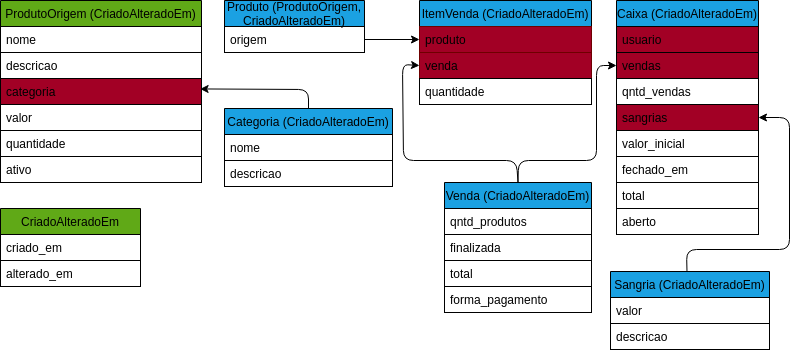
This is relacionamento.png from Juzeka/Mercearia, a draw.io export, as it was before one commit. Source tidied: cells renumbered, new cells last; positions are measured from the earlier drawing's top-left corner, leaving out a move shared by most shapes.
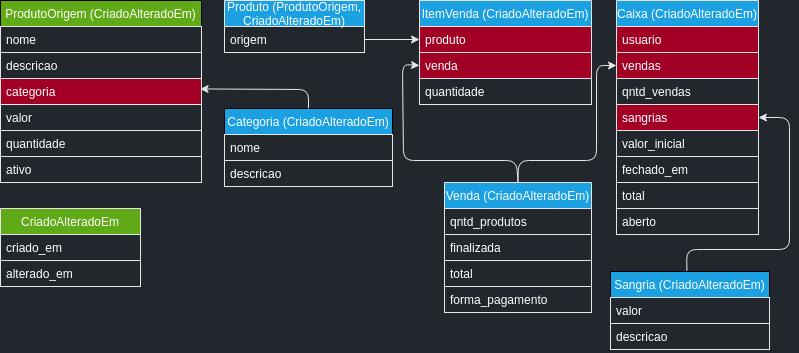
The same file after the commit.

Commit message:
alterando cor

Diff of the diagram source:
```diff
@@ -1,38 +1,38 @@
-<mxGraphModel background="#FFFFFF">
+<mxGraphModel background="#22272e">
   <root>
     <mxCell id="0" />
     <mxCell id="1" parent="0" />
-    <mxCell id="2" style="edgeStyle=none;html=1;exitX=1;exitY=0.75;exitDx=0;exitDy=0;entryX=0;entryY=0.5;entryDx=0;entryDy=0;fontColor=#000000;strokeColor=#000000;" parent="1" edge="1" source="3" target="40">
+    <mxCell id="2" style="edgeStyle=none;html=1;exitX=1;exitY=0.75;exitDx=0;exitDy=0;entryX=0;entryY=0.5;entryDx=0;entryDy=0;fontColor=#FFFFFF;strokeColor=#E6E6E6;" parent="1" edge="1" source="3" target="40">
       <mxGeometry relative="1" as="geometry" />
     </mxCell>
-    <mxCell id="3" value="Produto (ProdutoOrigem, &#10;CriadoAlteradoEm)" style="swimlane;fontStyle=0;horizontal=1;startSize=26;fillColor=#1ba1e2;fontColor=#000000;strokeColor=#000000;" parent="1" vertex="1">
+    <mxCell id="3" value="Produto (ProdutoOrigem, &#10;CriadoAlteradoEm)" style="swimlane;fontStyle=0;horizontal=1;startSize=26;fillColor=#1ba1e2;fontColor=#FFFFFF;strokeColor=#E6E6E6;" parent="1" vertex="1">
       <mxGeometry x="224" width="140" height="52" as="geometry" />
     </mxCell>
-    <mxCell id="4" value="origem" style="text;strokeColor=#000000;fillColor=none;align=left;verticalAlign=top;spacingLeft=4;spacingRight=4;overflow=hidden;fontColor=#000000;" parent="3" vertex="1">
+    <mxCell id="4" value="origem" style="text;strokeColor=#E6E6E6;fillColor=none;align=left;verticalAlign=top;spacingLeft=4;spacingRight=4;overflow=hidden;fontColor=#FFFFFF;" parent="3" vertex="1">
       <mxGeometry y="26" width="140" height="26" as="geometry" />
     </mxCell>
-    <mxCell id="5" value="ProdutoOrigem (CriadoAlteradoEm)" style="swimlane;fontStyle=0;horizontal=1;startSize=26;fillColor=#60a917;fontColor=#000000;strokeColor=#000000;" parent="1" vertex="1">
+    <mxCell id="5" value="ProdutoOrigem (CriadoAlteradoEm)" style="swimlane;fontStyle=0;horizontal=1;startSize=26;fillColor=#60a917;fontColor=#FFFFFF;strokeColor=#000000;" parent="1" vertex="1">
       <mxGeometry width="201" height="182" as="geometry" />
     </mxCell>
-    <mxCell id="6" value="nome" style="text;strokeColor=#000000;fillColor=none;align=left;verticalAlign=top;spacingLeft=4;spacingRight=4;overflow=hidden;fontColor=#000000;" parent="5" vertex="1">
+    <mxCell id="6" value="nome" style="text;strokeColor=#E6E6E6;fillColor=none;align=left;verticalAlign=top;spacingLeft=4;spacingRight=4;overflow=hidden;fontColor=#FFFFFF;" parent="5" vertex="1">
       <mxGeometry y="26" width="201" height="26" as="geometry" />
     </mxCell>
-    <mxCell id="7" value="descricao" style="text;strokeColor=#000000;fillColor=none;align=left;verticalAlign=top;spacingLeft=4;spacingRight=4;overflow=hidden;fontColor=#000000;" parent="5" vertex="1">
+    <mxCell id="7" value="descricao" style="text;strokeColor=#E6E6E6;fillColor=none;align=left;verticalAlign=top;spacingLeft=4;spacingRight=4;overflow=hidden;fontColor=#FFFFFF;" parent="5" vertex="1">
       <mxGeometry y="52" width="201" height="26" as="geometry" />
     </mxCell>
-    <mxCell id="8" value="categoria" style="text;strokeColor=#000000;fillColor=#a20025;align=left;verticalAlign=top;spacingLeft=4;spacingRight=4;overflow=hidden;points=[[0,0.5],[1,0.5]];portConstraint=eastwest;fontColor=#000000;" parent="5" vertex="1">
+    <mxCell id="8" value="categoria" style="text;strokeColor=#E6E6E6;fillColor=#a20025;align=left;verticalAlign=top;spacingLeft=4;spacingRight=4;overflow=hidden;points=[[0,0.5],[1,0.5]];portConstraint=eastwest;fontColor=#FFFFFF;" parent="5" vertex="1">
       <mxGeometry y="78" width="201" height="26" as="geometry" />
     </mxCell>
-    <mxCell id="9" value="valor" style="text;strokeColor=#000000;fillColor=none;align=left;verticalAlign=top;spacingLeft=4;spacingRight=4;overflow=hidden;fontColor=#000000;" parent="5" vertex="1">
+    <mxCell id="9" value="valor" style="text;strokeColor=#E6E6E6;fillColor=none;align=left;verticalAlign=top;spacingLeft=4;spacingRight=4;overflow=hidden;fontColor=#FFFFFF;" parent="5" vertex="1">
       <mxGeometry y="104" width="201" height="26" as="geometry" />
     </mxCell>
-    <mxCell id="10" value="quantidade" style="text;strokeColor=#000000;fillColor=none;align=left;verticalAlign=top;spacingLeft=4;spacingRight=4;overflow=hidden;fontColor=#000000;" parent="5" vertex="1">
+    <mxCell id="10" value="quantidade" style="text;strokeColor=#E6E6E6;fillColor=none;align=left;verticalAlign=top;spacingLeft=4;spacingRight=4;overflow=hidden;fontColor=#FFFFFF;" parent="5" vertex="1">
       <mxGeometry y="130" width="201" height="26" as="geometry" />
     </mxCell>
-    <mxCell id="11" value="ativo" style="text;strokeColor=#000000;fillColor=none;align=left;verticalAlign=top;spacingLeft=4;spacingRight=4;overflow=hidden;fontColor=#000000;" parent="5" vertex="1">
+    <mxCell id="11" value="ativo" style="text;strokeColor=#E6E6E6;fillColor=none;align=left;verticalAlign=top;spacingLeft=4;spacingRight=4;overflow=hidden;fontColor=#FFFFFF;" parent="5" vertex="1">
       <mxGeometry y="156" width="201" height="26" as="geometry" />
     </mxCell>
-    <mxCell id="12" style="edgeStyle=none;html=1;exitX=0.5;exitY=0;exitDx=0;exitDy=0;entryX=0;entryY=0.5;entryDx=0;entryDy=0;fontColor=#000000;strokeColor=#000000;" parent="1" edge="1" source="14" target="21">
+    <mxCell id="12" style="edgeStyle=none;html=1;exitX=0.5;exitY=0;exitDx=0;exitDy=0;entryX=0;entryY=0.5;entryDx=0;entryDy=0;fontColor=#FFFFFF;strokeColor=#E6E6E6;" parent="1" edge="1" source="14" target="21">
       <mxGeometry relative="1" as="geometry">
         <Array as="points">
           <mxPoint x="518" y="160" />
@@ -41,7 +41,7 @@
         </Array>
       </mxGeometry>
     </mxCell>
-    <mxCell id="13" style="edgeStyle=none;html=1;exitX=0.5;exitY=0;exitDx=0;exitDy=0;entryX=0;entryY=0.5;entryDx=0;entryDy=0;strokeColor=#000000;" parent="1" edge="1" source="14" target="41">
+    <mxCell id="13" style="edgeStyle=none;html=1;exitX=0.5;exitY=0;exitDx=0;exitDy=0;entryX=0;entryY=0.5;entryDx=0;entryDy=0;strokeColor=#E6E6E6;fontColor=#FFFFFF;" parent="1" edge="1" source="14" target="41">
       <mxGeometry relative="1" as="geometry">
         <Array as="points">
           <mxPoint x="516" y="160" />
@@ -50,76 +50,76 @@
         </Array>
       </mxGeometry>
     </mxCell>
-    <mxCell id="14" value="Venda (CriadoAlteradoEm)" style="swimlane;fontStyle=0;horizontal=1;startSize=26;fillColor=#1ba1e2;fontColor=#000000;strokeColor=#000000;" parent="1" vertex="1">
+    <mxCell id="14" value="Venda (CriadoAlteradoEm)" style="swimlane;fontStyle=0;horizontal=1;startSize=26;fillColor=#1ba1e2;fontColor=#FFFFFF;strokeColor=#E6E6E6;" parent="1" vertex="1">
       <mxGeometry x="444" y="182" width="147" height="130" as="geometry" />
     </mxCell>
-    <mxCell id="15" value="qntd_produtos" style="text;strokeColor=#000000;fillColor=none;align=left;verticalAlign=top;spacingLeft=4;spacingRight=4;overflow=hidden;fontColor=#000000;" parent="14" vertex="1">
+    <mxCell id="15" value="qntd_produtos" style="text;strokeColor=#E6E6E6;fillColor=none;align=left;verticalAlign=top;spacingLeft=4;spacingRight=4;overflow=hidden;fontColor=#FFFFFF;" parent="14" vertex="1">
       <mxGeometry y="26" width="147" height="26" as="geometry" />
     </mxCell>
-    <mxCell id="16" value="finalizada" style="text;strokeColor=#000000;fillColor=none;align=left;verticalAlign=top;spacingLeft=4;spacingRight=4;overflow=hidden;fontColor=#000000;" parent="14" vertex="1">
+    <mxCell id="16" value="finalizada" style="text;strokeColor=#E6E6E6;fillColor=none;align=left;verticalAlign=top;spacingLeft=4;spacingRight=4;overflow=hidden;fontColor=#FFFFFF;" parent="14" vertex="1">
       <mxGeometry y="52" width="147" height="26" as="geometry" />
     </mxCell>
-    <mxCell id="17" value="total" style="text;strokeColor=#000000;fillColor=none;align=left;verticalAlign=top;spacingLeft=4;spacingRight=4;overflow=hidden;fontColor=#000000;" parent="14" vertex="1">
+    <mxCell id="17" value="total" style="text;strokeColor=#E6E6E6;fillColor=none;align=left;verticalAlign=top;spacingLeft=4;spacingRight=4;overflow=hidden;fontColor=#FFFFFF;" parent="14" vertex="1">
       <mxGeometry y="78" width="147" height="26" as="geometry" />
     </mxCell>
-    <mxCell id="18" value="forma_pagamento" style="text;strokeColor=#000000;fillColor=none;align=left;verticalAlign=top;spacingLeft=4;spacingRight=4;overflow=hidden;fontColor=#000000;" parent="14" vertex="1">
+    <mxCell id="18" value="forma_pagamento" style="text;strokeColor=#E6E6E6;fillColor=none;align=left;verticalAlign=top;spacingLeft=4;spacingRight=4;overflow=hidden;fontColor=#FFFFFF;" parent="14" vertex="1">
       <mxGeometry y="104" width="147" height="26" as="geometry" />
     </mxCell>
-    <mxCell id="19" value="Caixa (CriadoAlteradoEm)" style="swimlane;fontStyle=0;horizontal=1;startSize=26;fillColor=#1ba1e2;fontColor=#000000;strokeColor=#000000;" parent="1" vertex="1">
+    <mxCell id="19" value="Caixa (CriadoAlteradoEm)" style="swimlane;fontStyle=0;horizontal=1;startSize=26;fillColor=#1ba1e2;fontColor=#FFFFFF;strokeColor=#E6E6E6;" parent="1" vertex="1">
       <mxGeometry x="616" width="142" height="234" as="geometry" />
     </mxCell>
-    <mxCell id="20" value="usuario" style="text;strokeColor=#000000;fillColor=#a20025;align=left;verticalAlign=top;spacingLeft=4;spacingRight=4;overflow=hidden;fontColor=#000000;" parent="19" vertex="1">
+    <mxCell id="20" value="usuario" style="text;strokeColor=#E6E6E6;fillColor=#a20025;align=left;verticalAlign=top;spacingLeft=4;spacingRight=4;overflow=hidden;fontColor=#FFFFFF;" parent="19" vertex="1">
       <mxGeometry y="26" width="142" height="26" as="geometry" />
     </mxCell>
-    <mxCell id="21" value="vendas" style="text;strokeColor=#000000;fillColor=#a20025;align=left;verticalAlign=top;spacingLeft=4;spacingRight=4;overflow=hidden;points=[[0,0.5],[1,0.5]];portConstraint=eastwest;fontColor=#000000;" parent="19" vertex="1">
+    <mxCell id="21" value="vendas" style="text;strokeColor=#E6E6E6;fillColor=#a20025;align=left;verticalAlign=top;spacingLeft=4;spacingRight=4;overflow=hidden;points=[[0,0.5],[1,0.5]];portConstraint=eastwest;fontColor=#FFFFFF;" parent="19" vertex="1">
       <mxGeometry y="52" width="142" height="26" as="geometry" />
     </mxCell>
-    <mxCell id="22" value="qntd_vendas" style="text;strokeColor=#000000;fillColor=none;align=left;verticalAlign=top;spacingLeft=4;spacingRight=4;overflow=hidden;fontColor=#000000;" parent="19" vertex="1">
+    <mxCell id="22" value="qntd_vendas" style="text;strokeColor=#E6E6E6;fillColor=none;align=left;verticalAlign=top;spacingLeft=4;spacingRight=4;overflow=hidden;fontColor=#FFFFFF;" parent="19" vertex="1">
       <mxGeometry y="78" width="142" height="26" as="geometry" />
     </mxCell>
-    <mxCell id="23" value="sangrias" style="text;strokeColor=#000000;fillColor=#a20025;align=left;verticalAlign=top;spacingLeft=4;spacingRight=4;overflow=hidden;points=[[0,0.5],[1,0.5]];portConstraint=eastwest;fontColor=#000000;" parent="19" vertex="1">
+    <mxCell id="23" value="sangrias" style="text;strokeColor=#E6E6E6;fillColor=#a20025;align=left;verticalAlign=top;spacingLeft=4;spacingRight=4;overflow=hidden;points=[[0,0.5],[1,0.5]];portConstraint=eastwest;fontColor=#FFFFFF;" parent="19" vertex="1">
       <mxGeometry y="104" width="142" height="26" as="geometry" />
     </mxCell>
-    <mxCell id="24" value="valor_inicial" style="text;strokeColor=#000000;fillColor=none;align=left;verticalAlign=top;spacingLeft=4;spacingRight=4;overflow=hidden;fontColor=#000000;" parent="19" vertex="1">
+    <mxCell id="24" value="valor_inicial" style="text;strokeColor=#E6E6E6;fillColor=none;align=left;verticalAlign=top;spacingLeft=4;spacingRight=4;overflow=hidden;fontColor=#FFFFFF;" parent="19" vertex="1">
       <mxGeometry y="130" width="142" height="26" as="geometry" />
     </mxCell>
-    <mxCell id="25" value="fechado_em" style="text;strokeColor=#000000;fillColor=none;align=left;verticalAlign=top;spacingLeft=4;spacingRight=4;overflow=hidden;fontColor=#000000;" parent="19" vertex="1">
+    <mxCell id="25" value="fechado_em" style="text;strokeColor=#E6E6E6;fillColor=none;align=left;verticalAlign=top;spacingLeft=4;spacingRight=4;overflow=hidden;fontColor=#FFFFFF;" parent="19" vertex="1">
       <mxGeometry y="156" width="142" height="26" as="geometry" />
     </mxCell>
-    <mxCell id="26" value="total" style="text;strokeColor=#000000;fillColor=none;align=left;verticalAlign=top;spacingLeft=4;spacingRight=4;overflow=hidden;fontColor=#000000;" parent="19" vertex="1">
+    <mxCell id="26" value="total" style="text;strokeColor=#E6E6E6;fillColor=none;align=left;verticalAlign=top;spacingLeft=4;spacingRight=4;overflow=hidden;fontColor=#FFFFFF;" parent="19" vertex="1">
       <mxGeometry y="182" width="142" height="26" as="geometry" />
     </mxCell>
-    <mxCell id="27" value="aberto" style="text;strokeColor=#000000;fillColor=none;align=left;verticalAlign=top;spacingLeft=4;spacingRight=4;overflow=hidden;fontColor=#000000;" parent="19" vertex="1">
+    <mxCell id="27" value="aberto" style="text;strokeColor=#E6E6E6;fillColor=none;align=left;verticalAlign=top;spacingLeft=4;spacingRight=4;overflow=hidden;fontColor=#FFFFFF;" parent="19" vertex="1">
       <mxGeometry y="208" width="142" height="26" as="geometry" />
     </mxCell>
-    <mxCell id="28" value="Sangria (CriadoAlteradoEm)" style="swimlane;fontStyle=0;horizontal=1;startSize=26;fillColor=#1ba1e2;fontColor=#000000;strokeColor=#000000;" parent="1" vertex="1">
+    <mxCell id="28" value="Sangria (CriadoAlteradoEm)" style="swimlane;fontStyle=0;horizontal=1;startSize=26;fillColor=#1ba1e2;fontColor=#FFFFFF;strokeColor=#000000;" parent="1" vertex="1">
       <mxGeometry x="610" y="271" width="159" height="78" as="geometry" />
     </mxCell>
-    <mxCell id="29" value="valor" style="text;strokeColor=#000000;fillColor=none;align=left;verticalAlign=top;spacingLeft=4;spacingRight=4;overflow=hidden;fontColor=#000000;" parent="28" vertex="1">
+    <mxCell id="29" value="valor" style="text;strokeColor=#E6E6E6;fillColor=none;align=left;verticalAlign=top;spacingLeft=4;spacingRight=4;overflow=hidden;fontColor=#FFFFFF;" parent="28" vertex="1">
       <mxGeometry y="26" width="159" height="26" as="geometry" />
     </mxCell>
-    <mxCell id="30" value="descricao" style="text;strokeColor=#000000;fillColor=none;align=left;verticalAlign=top;spacingLeft=4;spacingRight=4;overflow=hidden;fontColor=#000000;" parent="28" vertex="1">
+    <mxCell id="30" value="descricao" style="text;strokeColor=#E6E6E6;fillColor=none;align=left;verticalAlign=top;spacingLeft=4;spacingRight=4;overflow=hidden;fontColor=#FFFFFF;" parent="28" vertex="1">
       <mxGeometry y="52" width="159" height="26" as="geometry" />
     </mxCell>
-    <mxCell id="31" value="Categoria (CriadoAlteradoEm)" style="swimlane;fontStyle=0;horizontal=1;startSize=26;fillColor=#1ba1e2;fontColor=#000000;strokeColor=#000000;" parent="1" vertex="1">
+    <mxCell id="31" value="Categoria (CriadoAlteradoEm)" style="swimlane;fontStyle=0;horizontal=1;startSize=26;fillColor=#1ba1e2;fontColor=#FFFFFF;strokeColor=#000000;" parent="1" vertex="1">
       <mxGeometry x="224" y="108" width="168" height="78" as="geometry" />
     </mxCell>
-    <mxCell id="32" value="nome" style="text;strokeColor=#000000;fillColor=none;align=left;verticalAlign=top;spacingLeft=4;spacingRight=4;overflow=hidden;fontColor=#000000;" parent="31" vertex="1">
+    <mxCell id="32" value="nome" style="text;strokeColor=#E6E6E6;fillColor=none;align=left;verticalAlign=top;spacingLeft=4;spacingRight=4;overflow=hidden;fontColor=#FFFFFF;" parent="31" vertex="1">
       <mxGeometry y="26" width="168" height="26" as="geometry" />
     </mxCell>
-    <mxCell id="33" value="descricao" style="text;strokeColor=#000000;fillColor=none;align=left;verticalAlign=top;spacingLeft=4;spacingRight=4;overflow=hidden;fontColor=#000000;" parent="31" vertex="1">
+    <mxCell id="33" value="descricao" style="text;strokeColor=#E6E6E6;fillColor=none;align=left;verticalAlign=top;spacingLeft=4;spacingRight=4;overflow=hidden;fontColor=#FFFFFF;" parent="31" vertex="1">
       <mxGeometry y="52" width="168" height="26" as="geometry" />
     </mxCell>
-    <mxCell id="34" value="CriadoAlteradoEm" style="swimlane;fontStyle=0;horizontal=1;startSize=26;fillColor=#60a917;fontColor=#000000;strokeColor=#000000;" parent="1" vertex="1">
+    <mxCell id="34" value="CriadoAlteradoEm" style="swimlane;fontStyle=0;horizontal=1;startSize=26;fillColor=#60a917;fontColor=#FFFFFF;strokeColor=#E6E6E6;" parent="1" vertex="1">
       <mxGeometry y="208" width="140" height="78" as="geometry" />
     </mxCell>
-    <mxCell id="35" value="criado_em" style="text;strokeColor=#000000;fillColor=none;align=left;verticalAlign=top;spacingLeft=4;spacingRight=4;overflow=hidden;fontColor=#000000;" parent="34" vertex="1">
+    <mxCell id="35" value="criado_em" style="text;strokeColor=#E6E6E6;fillColor=none;align=left;verticalAlign=top;spacingLeft=4;spacingRight=4;overflow=hidden;fontColor=#FFFFFF;" parent="34" vertex="1">
       <mxGeometry y="26" width="140" height="26" as="geometry" />
     </mxCell>
-    <mxCell id="36" value="alterado_em" style="text;strokeColor=#000000;fillColor=none;align=left;verticalAlign=top;spacingLeft=4;spacingRight=4;overflow=hidden;fontColor=#000000;" parent="34" vertex="1">
+    <mxCell id="36" value="alterado_em" style="text;strokeColor=#E6E6E6;fillColor=none;align=left;verticalAlign=top;spacingLeft=4;spacingRight=4;overflow=hidden;fontColor=#FFFFFF;" parent="34" vertex="1">
       <mxGeometry y="52" width="140" height="26" as="geometry" />
     </mxCell>
-    <mxCell id="37" style="edgeStyle=none;entryX=1;entryY=0.5;entryDx=0;entryDy=0;exitX=0.481;exitY=-0.007;exitDx=0;exitDy=0;exitPerimeter=0;fontColor=#000000;labelBorderColor=none;strokeColor=#000000;" parent="1" edge="1" source="28" target="23">
+    <mxCell id="37" style="edgeStyle=none;entryX=1;entryY=0.5;entryDx=0;entryDy=0;exitX=0.481;exitY=-0.007;exitDx=0;exitDy=0;exitPerimeter=0;fontColor=#FFFFFF;labelBorderColor=none;strokeColor=#E6E6E6;" parent="1" edge="1" source="28" target="23">
       <mxGeometry relative="1" as="geometry">
         <Array as="points">
           <mxPoint x="686" y="249" />
@@ -128,23 +128,23 @@
         </Array>
       </mxGeometry>
     </mxCell>
-    <mxCell id="38" style="edgeStyle=none;entryX=0.993;entryY=0.402;entryDx=0;entryDy=0;entryPerimeter=0;fontColor=#000000;labelBorderColor=none;strokeColor=#000000;" parent="1" edge="1" source="31" target="8">
+    <mxCell id="38" style="edgeStyle=none;entryX=0.993;entryY=0.402;entryDx=0;entryDy=0;entryPerimeter=0;fontColor=#FFFFFF;labelBorderColor=none;strokeColor=#E6E6E6;" parent="1" edge="1" source="31" target="8">
       <mxGeometry relative="1" as="geometry">
         <Array as="points">
           <mxPoint x="308" y="89" />
         </Array>
       </mxGeometry>
     </mxCell>
-    <mxCell id="39" value="ItemVenda (CriadoAlteradoEm)" style="swimlane;fontStyle=0;horizontal=1;startSize=26;fillColor=#1ba1e2;fontColor=#000000;strokeColor=#000000;" parent="1" vertex="1">
+    <mxCell id="39" value="ItemVenda (CriadoAlteradoEm)" style="swimlane;fontStyle=0;horizontal=1;startSize=26;fillColor=#1ba1e2;fontColor=#FFFFFF;strokeColor=#E6E6E6;" parent="1" vertex="1">
       <mxGeometry x="419" width="172" height="104" as="geometry" />
     </mxCell>
-    <mxCell id="40" value="produto" style="text;strokeColor=#6F0000;fillColor=#a20025;align=left;verticalAlign=top;spacingLeft=4;spacingRight=4;overflow=hidden;points=[[0,0.5],[1,0.5]];portConstraint=eastwest;fontColor=#000000;" parent="39" vertex="1">
+    <mxCell id="40" value="produto" style="text;strokeColor=#E6E6E6;fillColor=#a20025;align=left;verticalAlign=top;spacingLeft=4;spacingRight=4;overflow=hidden;points=[[0,0.5],[1,0.5]];portConstraint=eastwest;fontColor=#FFFFFF;" parent="39" vertex="1">
       <mxGeometry y="26" width="172" height="26" as="geometry" />
     </mxCell>
-    <mxCell id="41" value="venda" style="text;strokeColor=#6F0000;fillColor=#a20025;align=left;verticalAlign=top;spacingLeft=4;spacingRight=4;overflow=hidden;points=[[0,0.5],[1,0.5]];portConstraint=eastwest;fontColor=#000000;" parent="39" vertex="1">
+    <mxCell id="41" value="venda" style="text;strokeColor=#E6E6E6;fillColor=#a20025;align=left;verticalAlign=top;spacingLeft=4;spacingRight=4;overflow=hidden;points=[[0,0.5],[1,0.5]];portConstraint=eastwest;fontColor=#FFFFFF;" parent="39" vertex="1">
       <mxGeometry y="52" width="172" height="26" as="geometry" />
     </mxCell>
-    <mxCell id="42" value="quantidade" style="text;strokeColor=#000000;fillColor=none;align=left;verticalAlign=top;spacingLeft=4;spacingRight=4;overflow=hidden;fontColor=#000000;" parent="39" vertex="1">
+    <mxCell id="42" value="quantidade" style="text;strokeColor=#E6E6E6;fillColor=none;align=left;verticalAlign=top;spacingLeft=4;spacingRight=4;overflow=hidden;fontColor=#FFFFFF;" parent="39" vertex="1">
       <mxGeometry y="78" width="172" height="26" as="geometry" />
     </mxCell>
   </root>
```
